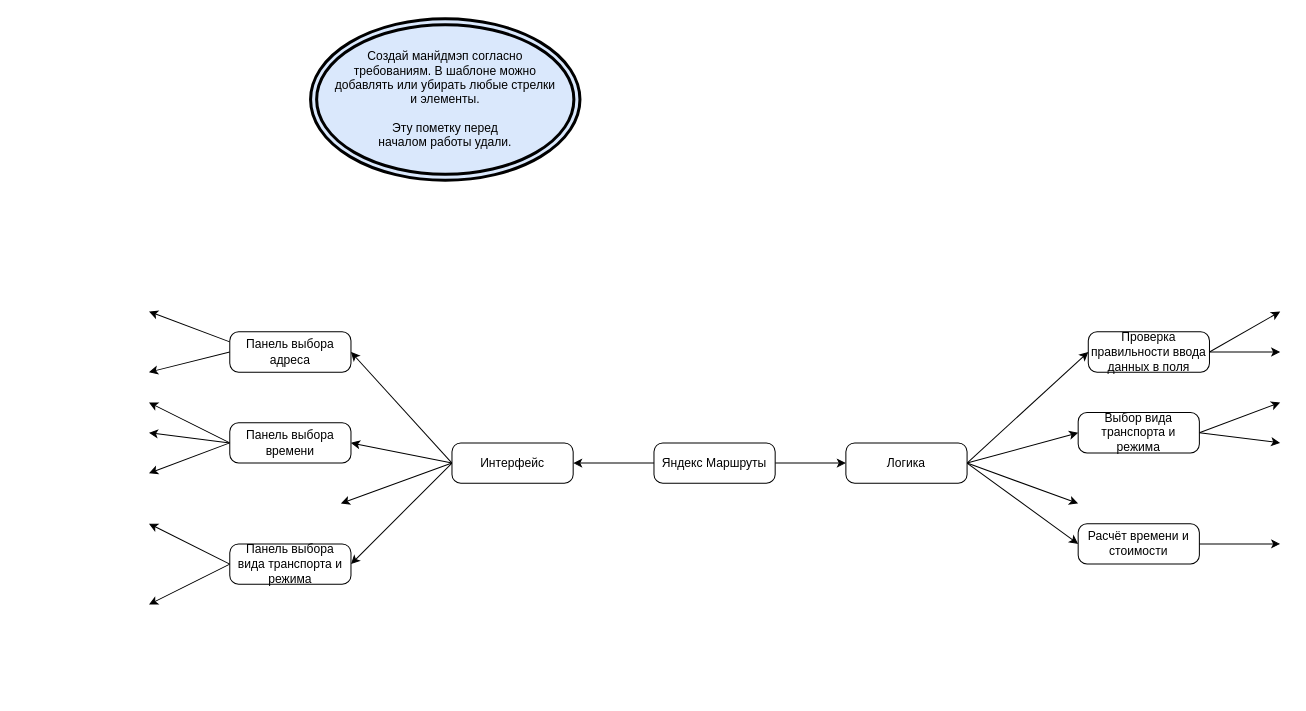
Earlier version of the draw.io diagram Диаграмма без названия.drawio (VillyVonka537/iograf). Source tidied: cells renumbered, new cells numbered last; positions are measured from the earlier drawing's top-left corner, leaving out a move shared by most shapes. Both pictures are drawn from the tidied source at 101%, with x=0, y=0 at pixel (148, 18).
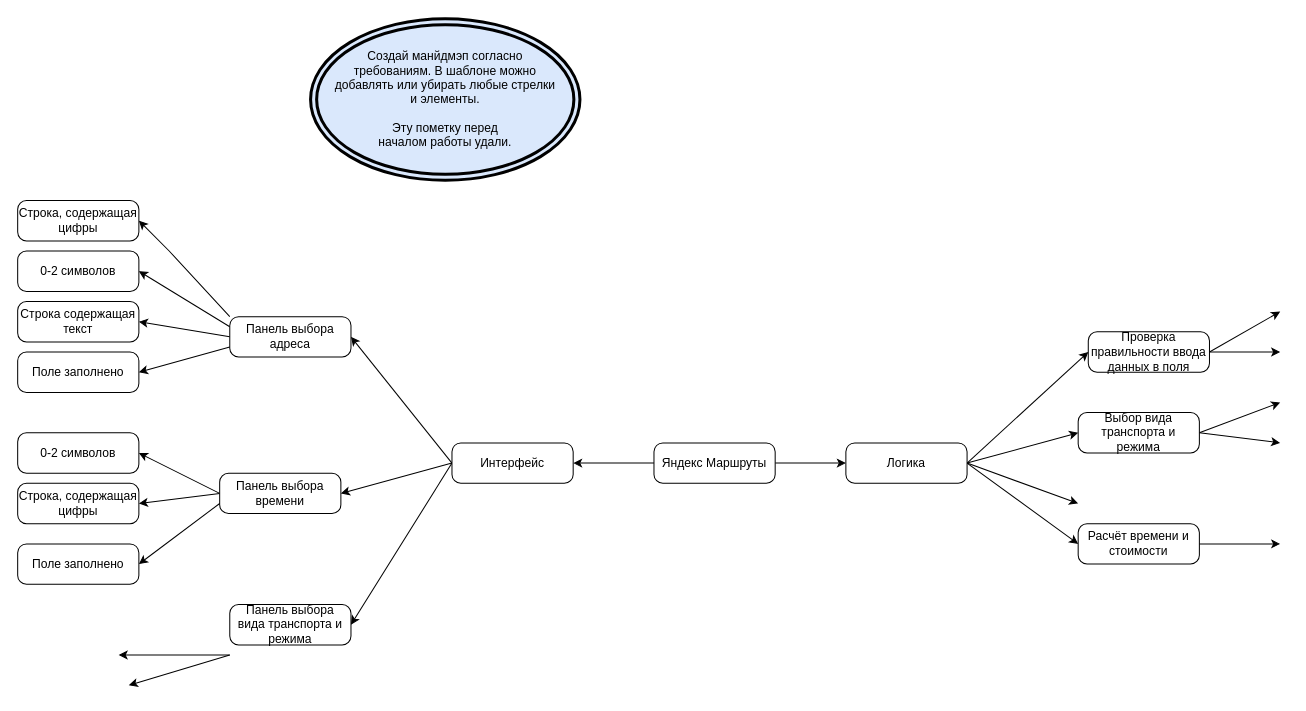
Above is the later version.

The change refers to these unchanged cells:
```xml
<mxCell id="9" value="Интерфейс" style="rounded=1;whiteSpace=wrap;html=1;arcSize=22;" parent="1" vertex="1">
  <mxGeometry x="300" y="420" width="120" height="40" as="geometry" />
</mxCell>
```

The edit, as a diff of the source:
```diff
@@
-    <mxCell id="8" style="edgeStyle=none;rounded=0;jettySize=auto;html=1;exitX=0;exitY=0.5;exitDx=0;exitDy=0;" parent="1" edge="1" source="9">
-      <mxGeometry relative="1" as="geometry">
-        <mxPoint x="190" y="480" as="targetPoint" />
-      </mxGeometry>
-    </mxCell>
@@
-    <mxCell id="16" style="edgeStyle=none;rounded=0;jettySize=auto;html=1;exitX=0;exitY=0.5;exitDx=0;exitDy=0;" parent="1" edge="1" source="19">
-      <mxGeometry relative="1" as="geometry">
-        <mxPoint y="410" as="targetPoint" />
-      </mxGeometry>
-    </mxCell>
-    <mxCell id="17" style="edgeStyle=none;rounded=0;jettySize=auto;html=1;exitX=0;exitY=0.5;exitDx=0;exitDy=0;" parent="1" edge="1" source="19">
-      <mxGeometry relative="1" as="geometry">
-        <mxPoint y="450" as="targetPoint" />
-      </mxGeometry>
+    <mxCell id="17" style="edgeStyle=none;rounded=0;jettySize=auto;html=1;exitX=0;exitY=0.5;exitDx=0;exitDy=0;entryX=1;entryY=0.5;entryDx=0;entryDy=0;" parent="1" edge="1" source="19" target="35">
+      <mxGeometry relative="1" as="geometry" />
     </mxCell>
-    <mxCell id="18" style="edgeStyle=none;rounded=0;jettySize=auto;html=1;exitX=0;exitY=0.5;exitDx=0;exitDy=0;" parent="1" edge="1" source="19">
+    <mxCell id="18" style="edgeStyle=none;rounded=0;jettySize=auto;html=1;exitX=0;exitY=0.5;exitDx=0;exitDy=0;entryX=1;entryY=0.5;entryDx=0;entryDy=0;" parent="1" edge="1" source="19">
       <mxGeometry relative="1" as="geometry">
-        <mxPoint y="380" as="targetPoint" />
+        <mxPoint x="-10" y="430" as="targetPoint" />
       </mxGeometry>
     </mxCell>
     <mxCell id="19" value="Панель выбора времени" style="rounded=1;whiteSpace=wrap;html=1;arcSize=22;" parent="1" vertex="1">
-      <mxGeometry x="80" y="400" width="120" height="40" as="geometry" />
+      <mxGeometry x="70" y="450" width="120" height="40" as="geometry" />
     </mxCell>
-    <mxCell id="20" style="edgeStyle=none;rounded=0;jettySize=auto;html=1;exitX=0;exitY=0.5;exitDx=0;exitDy=0;" parent="1" edge="1" source="22">
-      <mxGeometry relative="1" as="geometry">
-        <mxPoint y="350" as="targetPoint" />
-      </mxGeometry>
+    <mxCell id="20" style="edgeStyle=none;rounded=0;jettySize=auto;html=1;exitX=0;exitY=0.5;exitDx=0;exitDy=0;entryX=1;entryY=0.5;entryDx=0;entryDy=0;" parent="1" edge="1" source="22" target="37">
+      <mxGeometry relative="1" as="geometry" />
     </mxCell>
-    <mxCell id="21" style="edgeStyle=none;rounded=0;jettySize=auto;html=1;exitX=0;exitY=0.25;exitDx=0;exitDy=0;" parent="1" edge="1" source="22">
-      <mxGeometry relative="1" as="geometry">
-        <mxPoint y="290" as="targetPoint" />
-      </mxGeometry>
+    <mxCell id="21" style="edgeStyle=none;rounded=0;jettySize=auto;html=1;exitX=0;exitY=0.25;exitDx=0;exitDy=0;entryX=1;entryY=0.5;entryDx=0;entryDy=0;" parent="1" edge="1" source="22" target="36">
+      <mxGeometry relative="1" as="geometry" />
     </mxCell>
     <mxCell id="22" value="Панель выбора адреса" style="rounded=1;whiteSpace=wrap;html=1;arcSize=22;" parent="1" vertex="1">
-      <mxGeometry x="80" y="310" width="120" height="40" as="geometry" />
+      <mxGeometry x="80" y="295" width="120" height="40" as="geometry" />
     </mxCell>
@@
-    <mxCell id="31" style="rounded=0;jettySize=auto;html=1;exitX=0;exitY=0.5;exitDx=0;exitDy=0;" parent="1" edge="1" source="33">
+    <mxCell id="31" style="rounded=0;orthogonalLoop=1;jettySize=auto;html=1;exitX=0;exitY=0.5;exitDx=0;exitDy=0;" parent="1" edge="1">
       <mxGeometry relative="1" as="geometry">
-        <mxPoint y="500" as="targetPoint" />
+        <mxPoint x="80" y="630" as="sourcePoint" />
+        <mxPoint x="-20" y="660" as="targetPoint" />
       </mxGeometry>
     </mxCell>
-    <mxCell id="32" style="edgeStyle=none;rounded=0;jettySize=auto;html=1;exitX=0;exitY=0.5;exitDx=0;exitDy=0;" parent="1" edge="1" source="33">
+    <mxCell id="32" style="edgeStyle=none;rounded=0;orthogonalLoop=1;jettySize=auto;html=1;exitX=0;exitY=0.5;exitDx=0;exitDy=0;" parent="1" edge="1">
       <mxGeometry relative="1" as="geometry">
-        <mxPoint y="580" as="targetPoint" />
+        <mxPoint x="80" y="630" as="sourcePoint" />
+        <mxPoint x="-30" y="630" as="targetPoint" />
       </mxGeometry>
     </mxCell>
     <mxCell id="33" value="Панель выбора&lt;br&gt;вида транспорта и режима" style="rounded=1;whiteSpace=wrap;html=1;arcSize=22;" parent="1" vertex="1">
-      <mxGeometry x="80" y="520" width="120" height="40" as="geometry" />
+      <mxGeometry x="80" y="580" width="120" height="40" as="geometry" />
     </mxCell>
+    <mxCell id="34" value="0-2 символов" style="rounded=1;whiteSpace=wrap;html=1;arcSize=22;" parent="1" vertex="1">
+      <mxGeometry x="-130" y="410" width="120" height="40" as="geometry" />
+    </mxCell>
+    <mxCell id="35" value="Строка, содержащая цифры" style="rounded=1;whiteSpace=wrap;html=1;arcSize=22;" parent="1" vertex="1">
+      <mxGeometry x="-130" y="460" width="120" height="40" as="geometry" />
+    </mxCell>
+    <mxCell id="36" value="0-2 символов" style="rounded=1;whiteSpace=wrap;html=1;arcSize=22;" parent="1" vertex="1">
+      <mxGeometry x="-130" y="230" width="120" height="40" as="geometry" />
+    </mxCell>
+    <mxCell id="37" value="Строка содержащая текст" style="rounded=1;whiteSpace=wrap;html=1;arcSize=22;" parent="1" vertex="1">
+      <mxGeometry x="-130" y="280" width="120" height="40" as="geometry" />
+    </mxCell>
+    <mxCell id="38" value="Строка, содержащая цифры" style="rounded=1;whiteSpace=wrap;html=1;arcSize=22;" parent="1" vertex="1">
+      <mxGeometry x="-130" y="180" width="120" height="40" as="geometry" />
+    </mxCell>
+    <mxCell id="39" style="edgeStyle=none;rounded=0;jettySize=auto;html=1;exitX=0;exitY=0;exitDx=0;exitDy=0;entryX=1;entryY=0.5;entryDx=0;entryDy=0;" parent="1" edge="1" source="22" target="38">
+      <mxGeometry relative="1" as="geometry">
+        <Array as="points">
+          <mxPoint x="20" y="230" />
+        </Array>
+      </mxGeometry>
+    </mxCell>
+    <mxCell id="40" value="Поле заполнено" style="rounded=1;whiteSpace=wrap;html=1;arcSize=22;" parent="1" vertex="1">
+      <mxGeometry x="-130" y="520" width="120" height="40" as="geometry" />
+    </mxCell>
+    <mxCell id="41" style="edgeStyle=none;rounded=0;jettySize=auto;html=1;exitX=0;exitY=0.75;exitDx=0;exitDy=0;entryX=1;entryY=0.5;entryDx=0;entryDy=0;" parent="1" edge="1" source="19" target="40">
+      <mxGeometry relative="1" as="geometry" />
+    </mxCell>
+    <mxCell id="42" value="Поле заполнено" style="rounded=1;whiteSpace=wrap;html=1;arcSize=22;" parent="1" vertex="1">
+      <mxGeometry x="-130" y="330" width="120" height="40" as="geometry" />
+    </mxCell>
+    <mxCell id="43" style="edgeStyle=none;rounded=0;jettySize=auto;html=1;entryX=1;entryY=0.5;entryDx=0;entryDy=0;" parent="1" edge="1" target="42">
+      <mxGeometry relative="1" as="geometry">
+        <mxPoint x="80" y="325" as="sourcePoint" />
+      </mxGeometry>
+    </mxCell>
```
